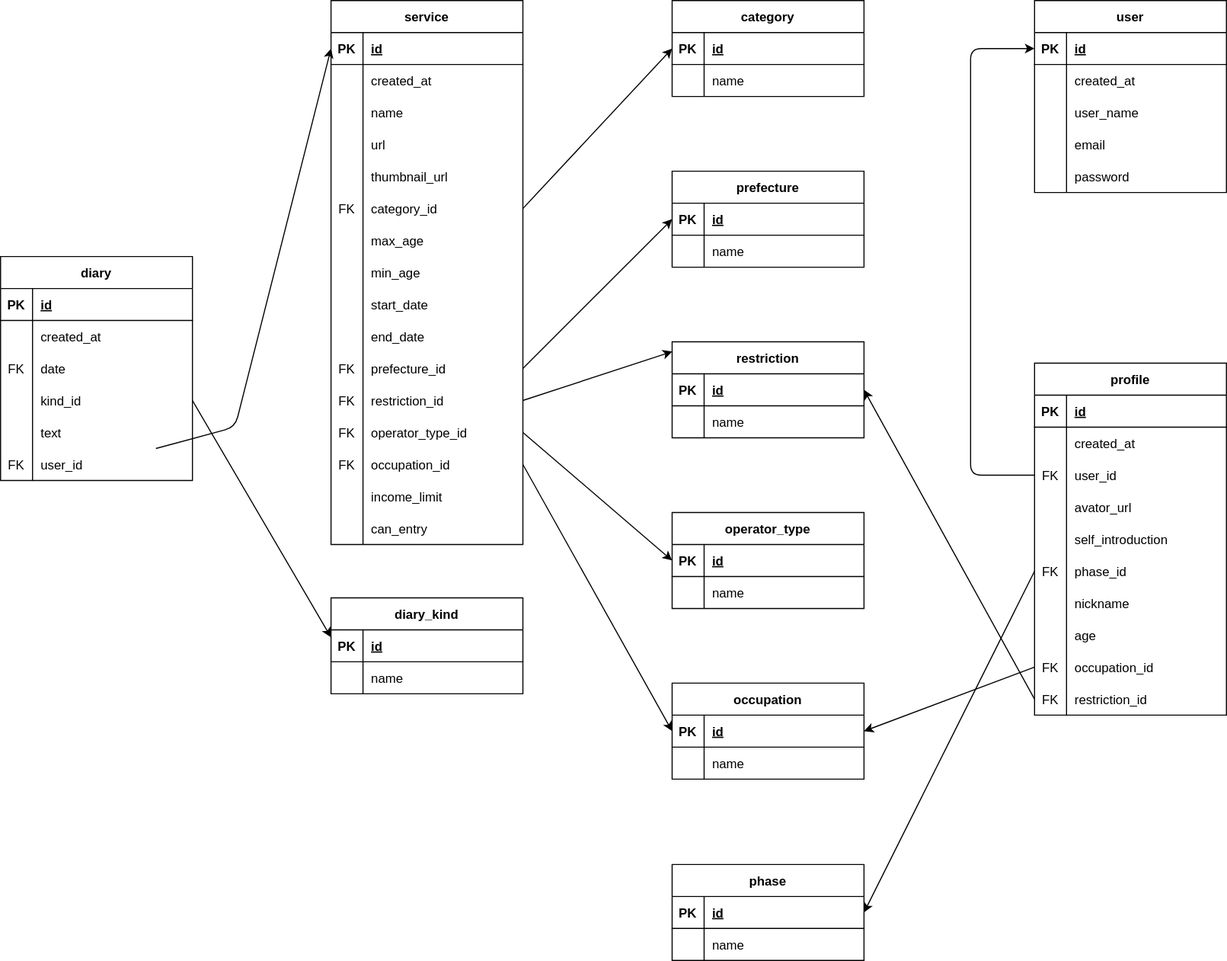
flutteruniv/omurice keeps this draw.io diagram as lib/docs/table copy.drawio.svg. Above is the earlier version. Source tidied: cells renumbered, new cells last; positions are measured from the earlier drawing's top-left corner, leaving out a move shared by most shapes.
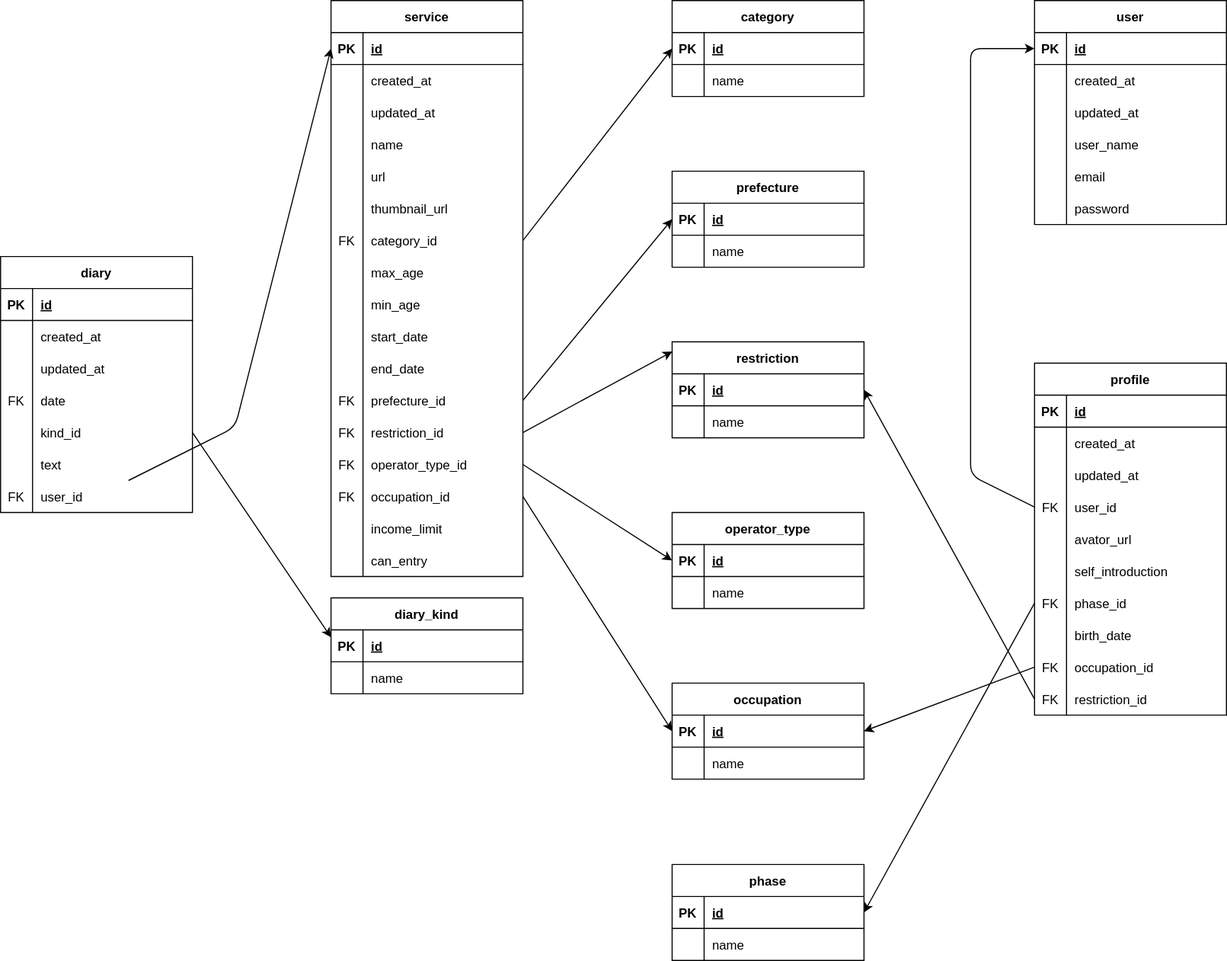
After the commit.

The edit, as a diff of the source:
```diff
@@ -5,3 +5,3 @@
     <mxCell id="2" value="user" style="shape=table;startSize=30;rowLines=0;fontStyle=1;align=center;flipH=0;fillColor=none;" parent="1" vertex="1">
-      <mxGeometry x="970" width="180" height="180" as="geometry" />
+      <mxGeometry x="970" width="180" height="210" as="geometry" />
     </mxCell>
@@ -25,4 +25,13 @@
     </mxCell>
+    <mxCell id="177" style="shape=tableRow;horizontal=0;startSize=0;swimlaneHead=0;swimlaneBody=0;fillColor=none;top=0;left=0;right=0;bottom=0;" parent="2" vertex="1">
+      <mxGeometry y="90" width="180" height="30" as="geometry" />
+    </mxCell>
+    <mxCell id="178" style="shape=partialRectangle;fillColor=none;top=0;left=0;bottom=0;right=0;overflow=hidden;" parent="177" vertex="1">
+      <mxGeometry width="30" height="30" as="geometry" />
+    </mxCell>
+    <mxCell id="179" value="updated_at" style="shape=partialRectangle;fillColor=none;top=0;left=0;bottom=0;right=0;align=left;spacingLeft=6;overflow=hidden;" parent="177" vertex="1">
+      <mxGeometry x="30" width="150" height="30" as="geometry" />
+    </mxCell>
     <mxCell id="9" style="shape=tableRow;horizontal=0;startSize=0;swimlaneHead=0;swimlaneBody=0;fillColor=none;top=0;left=0;right=0;bottom=0;" parent="2" vertex="1">
-      <mxGeometry y="90" width="180" height="30" as="geometry" />
+      <mxGeometry y="120" width="180" height="30" as="geometry" />
     </mxCell>
@@ -35,3 +44,3 @@
     <mxCell id="12" style="shape=tableRow;horizontal=0;startSize=0;swimlaneHead=0;swimlaneBody=0;fillColor=none;top=0;left=0;right=0;bottom=0;" parent="2" vertex="1">
-      <mxGeometry y="120" width="180" height="30" as="geometry" />
+      <mxGeometry y="150" width="180" height="30" as="geometry" />
     </mxCell>
@@ -44,3 +53,3 @@
     <mxCell id="15" style="shape=tableRow;horizontal=0;startSize=0;swimlaneHead=0;swimlaneBody=0;fillColor=none;top=0;left=0;right=0;bottom=0;" parent="2" vertex="1">
-      <mxGeometry y="150" width="180" height="30" as="geometry" />
+      <mxGeometry y="180" width="180" height="30" as="geometry" />
     </mxCell>
@@ -53,3 +62,3 @@
     <mxCell id="18" value="diary" style="shape=table;startSize=30;rowLines=0;fontStyle=1;align=center;labelBackgroundColor=none;fillColor=none;" parent="1" vertex="1">
-      <mxGeometry y="240" width="180" height="210" as="geometry" />
+      <mxGeometry y="240" width="180" height="240" as="geometry" />
     </mxCell>
@@ -73,4 +82,13 @@
     </mxCell>
+    <mxCell id="180" style="shape=tableRow;horizontal=0;startSize=0;swimlaneHead=0;swimlaneBody=0;fillColor=none;top=0;left=0;right=0;bottom=0;labelBackgroundColor=#FF66FF;" parent="18" vertex="1">
+      <mxGeometry y="90" width="180" height="30" as="geometry" />
+    </mxCell>
+    <mxCell id="181" style="shape=partialRectangle;fillColor=none;top=0;left=0;bottom=0;right=0;overflow=hidden;labelBackgroundColor=#FF66FF;" parent="180" vertex="1">
+      <mxGeometry width="30" height="30" as="geometry" />
+    </mxCell>
+    <mxCell id="182" value="updated_at" style="shape=partialRectangle;fillColor=none;top=0;left=0;bottom=0;right=0;align=left;spacingLeft=6;overflow=hidden;labelBackgroundColor=none;" parent="180" vertex="1">
+      <mxGeometry x="30" width="150" height="30" as="geometry" />
+    </mxCell>
     <mxCell id="25" style="shape=tableRow;horizontal=0;startSize=0;swimlaneHead=0;swimlaneBody=0;fillColor=none;top=0;left=0;right=0;bottom=0;labelBackgroundColor=#FF66FF;" parent="18" vertex="1">
-      <mxGeometry y="90" width="180" height="30" as="geometry" />
+      <mxGeometry y="120" width="180" height="30" as="geometry" />
     </mxCell>
@@ -83,3 +101,3 @@
     <mxCell id="28" style="shape=tableRow;horizontal=0;startSize=0;swimlaneHead=0;swimlaneBody=0;fillColor=none;points=[[0,0.5],[1,0.5]];portConstraint=eastwest;top=0;left=0;right=0;bottom=0;labelBackgroundColor=#FF66FF;" parent="18" vertex="1">
-      <mxGeometry y="120" width="180" height="30" as="geometry" />
+      <mxGeometry y="150" width="180" height="30" as="geometry" />
     </mxCell>
@@ -92,3 +110,3 @@
     <mxCell id="31" style="shape=tableRow;horizontal=0;startSize=0;swimlaneHead=0;swimlaneBody=0;fillColor=none;top=0;left=0;right=0;bottom=0;labelBackgroundColor=#FF66FF;" parent="18" vertex="1">
-      <mxGeometry y="150" width="180" height="30" as="geometry" />
+      <mxGeometry y="180" width="180" height="30" as="geometry" />
     </mxCell>
@@ -101,3 +119,3 @@
     <mxCell id="34" style="shape=tableRow;horizontal=0;startSize=0;swimlaneHead=0;swimlaneBody=0;fillColor=none;points=[[0,0.5],[1,0.5]];portConstraint=eastwest;top=0;left=0;right=0;bottom=0;labelBackgroundColor=#FF66FF;" parent="18" vertex="1">
-      <mxGeometry y="180" width="180" height="30" as="geometry" />
+      <mxGeometry y="210" width="180" height="30" as="geometry" />
     </mxCell>
@@ -110,3 +128,3 @@
     <mxCell id="37" value="service" style="shape=table;startSize=30;rowLines=0;fontStyle=1;align=center;labelBackgroundColor=none;" parent="1" vertex="1">
-      <mxGeometry x="310" width="180" height="510" as="geometry" />
+      <mxGeometry x="310" width="180" height="540" as="geometry" />
     </mxCell>
@@ -130,4 +148,13 @@
     </mxCell>
+    <mxCell id="183" style="shape=tableRow;horizontal=0;startSize=0;swimlaneHead=0;swimlaneBody=0;fillColor=none;top=0;left=0;right=0;bottom=0;labelBackgroundColor=none;" parent="37" vertex="1">
+      <mxGeometry y="90" width="180" height="30" as="geometry" />
+    </mxCell>
+    <mxCell id="184" style="shape=partialRectangle;fillColor=none;top=0;left=0;bottom=0;right=0;overflow=hidden;labelBackgroundColor=none;" parent="183" vertex="1">
+      <mxGeometry width="30" height="30" as="geometry" />
+    </mxCell>
+    <mxCell id="185" value="updated_at" style="shape=partialRectangle;fillColor=none;top=0;left=0;bottom=0;right=0;align=left;spacingLeft=6;overflow=hidden;labelBackgroundColor=none;" parent="183" vertex="1">
+      <mxGeometry x="30" width="150" height="30" as="geometry" />
+    </mxCell>
     <mxCell id="44" style="shape=tableRow;horizontal=0;startSize=0;swimlaneHead=0;swimlaneBody=0;fillColor=none;top=0;left=0;right=0;bottom=0;labelBackgroundColor=none;" parent="37" vertex="1">
-      <mxGeometry y="90" width="180" height="30" as="geometry" />
+      <mxGeometry y="120" width="180" height="30" as="geometry" />
     </mxCell>
@@ -140,3 +167,3 @@
     <mxCell id="47" style="shape=tableRow;horizontal=0;startSize=0;swimlaneHead=0;swimlaneBody=0;fillColor=none;top=0;left=0;right=0;bottom=0;labelBackgroundColor=none;" parent="37" vertex="1">
-      <mxGeometry y="120" width="180" height="30" as="geometry" />
+      <mxGeometry y="150" width="180" height="30" as="geometry" />
     </mxCell>
@@ -149,3 +176,3 @@
     <mxCell id="50" style="shape=tableRow;horizontal=0;startSize=0;swimlaneHead=0;swimlaneBody=0;fillColor=none;top=0;left=0;right=0;bottom=0;labelBackgroundColor=none;" parent="37" vertex="1">
-      <mxGeometry y="150" width="180" height="30" as="geometry" />
+      <mxGeometry y="180" width="180" height="30" as="geometry" />
     </mxCell>
@@ -158,3 +185,3 @@
     <mxCell id="53" style="shape=tableRow;horizontal=0;startSize=0;swimlaneHead=0;swimlaneBody=0;fillColor=none;points=[[0,0.5],[1,0.5]];portConstraint=eastwest;top=0;left=0;right=0;bottom=0;labelBackgroundColor=none;" parent="37" vertex="1">
-      <mxGeometry y="180" width="180" height="30" as="geometry" />
+      <mxGeometry y="210" width="180" height="30" as="geometry" />
     </mxCell>
@@ -167,3 +194,3 @@
     <mxCell id="56" style="shape=tableRow;horizontal=0;startSize=0;swimlaneHead=0;swimlaneBody=0;fillColor=none;top=0;left=0;right=0;bottom=0;labelBackgroundColor=none;" parent="37" vertex="1">
-      <mxGeometry y="210" width="180" height="30" as="geometry" />
+      <mxGeometry y="240" width="180" height="30" as="geometry" />
     </mxCell>
@@ -176,3 +203,3 @@
     <mxCell id="59" style="shape=tableRow;horizontal=0;startSize=0;swimlaneHead=0;swimlaneBody=0;fillColor=none;top=0;left=0;right=0;bottom=0;labelBackgroundColor=none;" parent="37" vertex="1">
-      <mxGeometry y="240" width="180" height="30" as="geometry" />
+      <mxGeometry y="270" width="180" height="30" as="geometry" />
     </mxCell>
@@ -185,3 +212,3 @@
     <mxCell id="62" style="shape=tableRow;horizontal=0;startSize=0;swimlaneHead=0;swimlaneBody=0;fillColor=none;top=0;left=0;right=0;bottom=0;labelBackgroundColor=none;" parent="37" vertex="1">
-      <mxGeometry y="270" width="180" height="30" as="geometry" />
+      <mxGeometry y="300" width="180" height="30" as="geometry" />
     </mxCell>
@@ -194,3 +221,3 @@
     <mxCell id="65" style="shape=tableRow;horizontal=0;startSize=0;swimlaneHead=0;swimlaneBody=0;fillColor=none;top=0;left=0;right=0;bottom=0;labelBackgroundColor=none;" parent="37" vertex="1">
-      <mxGeometry y="300" width="180" height="30" as="geometry" />
+      <mxGeometry y="330" width="180" height="30" as="geometry" />
     </mxCell>
@@ -203,3 +230,3 @@
     <mxCell id="68" style="shape=tableRow;horizontal=0;startSize=0;swimlaneHead=0;swimlaneBody=0;fillColor=none;points=[[0,0.5],[1,0.5]];portConstraint=eastwest;top=0;left=0;right=0;bottom=0;labelBackgroundColor=none;" parent="37" vertex="1">
-      <mxGeometry y="330" width="180" height="30" as="geometry" />
+      <mxGeometry y="360" width="180" height="30" as="geometry" />
     </mxCell>
@@ -212,3 +239,3 @@
     <mxCell id="71" style="shape=tableRow;horizontal=0;startSize=0;swimlaneHead=0;swimlaneBody=0;fillColor=none;points=[[0,0.5],[1,0.5]];portConstraint=eastwest;top=0;left=0;right=0;bottom=0;labelBackgroundColor=none;" parent="37" vertex="1">
-      <mxGeometry y="360" width="180" height="30" as="geometry" />
+      <mxGeometry y="390" width="180" height="30" as="geometry" />
     </mxCell>
@@ -221,3 +248,3 @@
     <mxCell id="74" style="shape=tableRow;horizontal=0;startSize=0;swimlaneHead=0;swimlaneBody=0;fillColor=none;points=[[0,0.5],[1,0.5]];portConstraint=eastwest;top=0;left=0;right=0;bottom=0;labelBackgroundColor=none;" parent="37" vertex="1">
-      <mxGeometry y="390" width="180" height="30" as="geometry" />
+      <mxGeometry y="420" width="180" height="30" as="geometry" />
     </mxCell>
@@ -230,3 +257,3 @@
     <mxCell id="77" style="shape=tableRow;horizontal=0;startSize=0;swimlaneHead=0;swimlaneBody=0;fillColor=none;points=[[0,0.5],[1,0.5]];portConstraint=eastwest;top=0;left=0;right=0;bottom=0;labelBackgroundColor=none;" parent="37" vertex="1">
-      <mxGeometry y="420" width="180" height="30" as="geometry" />
+      <mxGeometry y="450" width="180" height="30" as="geometry" />
     </mxCell>
@@ -239,3 +266,3 @@
     <mxCell id="80" style="shape=tableRow;horizontal=0;startSize=0;swimlaneHead=0;swimlaneBody=0;fillColor=none;top=0;left=0;right=0;bottom=0;labelBackgroundColor=none;" parent="37" vertex="1">
-      <mxGeometry y="450" width="180" height="30" as="geometry" />
+      <mxGeometry y="480" width="180" height="30" as="geometry" />
     </mxCell>
@@ -248,3 +275,3 @@
     <mxCell id="83" style="shape=tableRow;horizontal=0;startSize=0;swimlaneHead=0;swimlaneBody=0;fillColor=none;top=0;left=0;right=0;bottom=0;labelBackgroundColor=none;" parent="37" vertex="1">
-      <mxGeometry y="480" width="180" height="30" as="geometry" />
+      <mxGeometry y="510" width="180" height="30" as="geometry" />
     </mxCell>
@@ -382,4 +409,13 @@
     </mxCell>
+    <mxCell id="186" style="shape=tableRow;horizontal=0;startSize=0;swimlaneHead=0;swimlaneBody=0;fillColor=none;top=0;left=0;right=0;bottom=0;labelBackgroundColor=none;" parent="121" vertex="1">
+      <mxGeometry y="90" width="180" height="30" as="geometry" />
+    </mxCell>
+    <mxCell id="187" style="shape=partialRectangle;fillColor=none;top=0;left=0;bottom=0;right=0;overflow=hidden;labelBackgroundColor=none;" parent="186" vertex="1">
+      <mxGeometry width="30" height="30" as="geometry" />
+    </mxCell>
+    <mxCell id="188" value="updated_at" style="shape=partialRectangle;fillColor=none;top=0;left=0;bottom=0;right=0;align=left;spacingLeft=6;overflow=hidden;labelBackgroundColor=none;" parent="186" vertex="1">
+      <mxGeometry x="30" width="150" height="30" as="geometry" />
+    </mxCell>
     <mxCell id="128" style="shape=tableRow;horizontal=0;startSize=0;swimlaneHead=0;swimlaneBody=0;fillColor=none;points=[[0,0.5],[1,0.5]];portConstraint=eastwest;top=0;left=0;right=0;bottom=0;labelBackgroundColor=none;" parent="121" vertex="1">
-      <mxGeometry y="90" width="180" height="30" as="geometry" />
+      <mxGeometry y="120" width="180" height="30" as="geometry" />
     </mxCell>
@@ -392,3 +428,3 @@
     <mxCell id="131" style="shape=tableRow;horizontal=0;startSize=0;swimlaneHead=0;swimlaneBody=0;fillColor=none;top=0;left=0;right=0;bottom=0;labelBackgroundColor=none;" parent="121" vertex="1">
-      <mxGeometry y="120" width="180" height="30" as="geometry" />
+      <mxGeometry y="150" width="180" height="30" as="geometry" />
     </mxCell>
@@ -401,3 +437,3 @@
     <mxCell id="134" style="shape=tableRow;horizontal=0;startSize=0;swimlaneHead=0;swimlaneBody=0;fillColor=none;top=0;left=0;right=0;bottom=0;labelBackgroundColor=none;" parent="121" vertex="1">
-      <mxGeometry y="150" width="180" height="30" as="geometry" />
+      <mxGeometry y="180" width="180" height="30" as="geometry" />
     </mxCell>
@@ -410,3 +446,3 @@
     <mxCell id="137" style="shape=tableRow;horizontal=0;startSize=0;swimlaneHead=0;swimlaneBody=0;fillColor=none;points=[[0,0.5],[1,0.5]];portConstraint=eastwest;top=0;left=0;right=0;bottom=0;labelBackgroundColor=none;" parent="121" vertex="1">
-      <mxGeometry y="180" width="180" height="30" as="geometry" />
+      <mxGeometry y="210" width="180" height="30" as="geometry" />
     </mxCell>
@@ -418,11 +454,2 @@
     </mxCell>
-    <mxCell id="140" style="shape=tableRow;horizontal=0;startSize=0;swimlaneHead=0;swimlaneBody=0;fillColor=none;top=0;left=0;right=0;bottom=0;labelBackgroundColor=none;" parent="121" vertex="1">
-      <mxGeometry y="210" width="180" height="30" as="geometry" />
-    </mxCell>
-    <mxCell id="141" style="shape=partialRectangle;fillColor=none;top=0;left=0;bottom=0;right=0;overflow=hidden;labelBackgroundColor=none;" parent="140" vertex="1">
-      <mxGeometry width="30" height="30" as="geometry" />
-    </mxCell>
-    <mxCell id="142" value="nickname" style="shape=partialRectangle;fillColor=none;top=0;left=0;bottom=0;right=0;align=left;spacingLeft=6;overflow=hidden;labelBackgroundColor=none;" parent="140" vertex="1">
-      <mxGeometry x="30" width="150" height="30" as="geometry" />
-    </mxCell>
     <mxCell id="143" style="shape=tableRow;horizontal=0;startSize=0;swimlaneHead=0;swimlaneBody=0;fillColor=none;top=0;left=0;right=0;bottom=0;labelBackgroundColor=none;" parent="121" vertex="1">
@@ -433,3 +460,3 @@
     </mxCell>
-    <mxCell id="145" value="age" style="shape=partialRectangle;fillColor=none;top=0;left=0;bottom=0;right=0;align=left;spacingLeft=6;overflow=hidden;labelBackgroundColor=none;" parent="143" vertex="1">
+    <mxCell id="145" value="birth_date" style="shape=partialRectangle;fillColor=none;top=0;left=0;bottom=0;right=0;align=left;spacingLeft=6;overflow=hidden;labelBackgroundColor=none;" parent="143" vertex="1">
       <mxGeometry x="30" width="150" height="30" as="geometry" />
```
